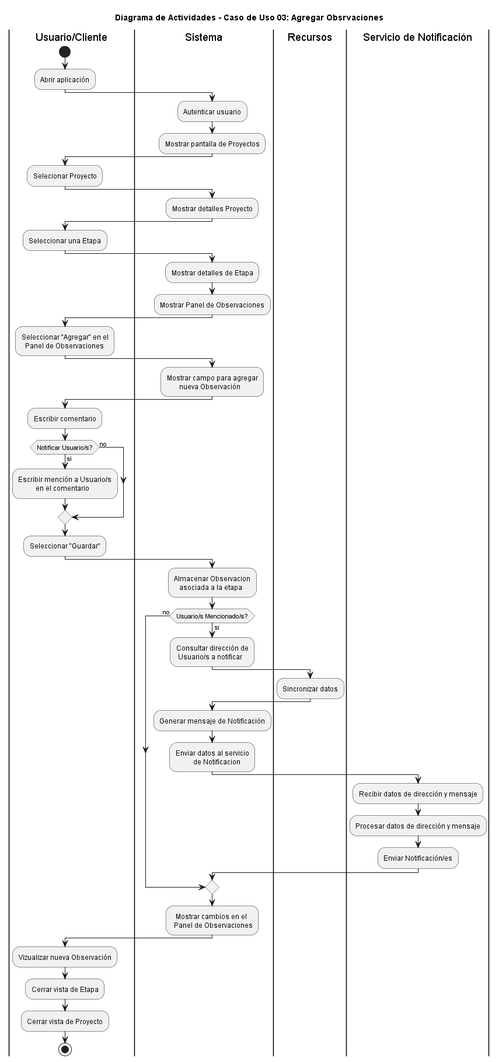
Above: diagramas/04-diagramas-actividades/04-actividad-agregar-observaciones-03.png in 9919-Mili/SistemaProductoraVideos (PlantUML), before the change. The source it was exported from:
```plantuml
@startuml Diagrama_Actividades_Consultar_Proyectos_Activos
title Diagrama de Actividades - Caso de Uso 03: Agregar Obsrvaciones
|Usuario/Cliente|
|Sistema|
|Recursos|
|Servicio de Notificación|
|Usuario/Cliente|
start
|Usuario/Cliente|
:Abrir aplicación;

|Sistema|
  :Autenticar usuario;
  :Mostrar pantalla de Proyectos;

  |Usuario/Cliente|
  :Selecionar Proyecto;

|Sistema|
  :Mostrar detalles Proyecto;

  |Usuario/Cliente|
  :Seleccionar una Etapa;


|Sistema|
  :Mostrar detalles de Etapa;
  :Mostrar Panel de Observaciones;

  |Usuario/Cliente|
  :Seleccionar "Agregar" en el
    Panel de Observaciones;

|Sistema|
  :Mostrar campo para agregar
         nueva Observación;

|Usuario/Cliente|
  :Escribir comentario;
  if (Notificar Usuario/s?) then (si)
  :Escribir mención a Usuario/s
            en el comentario;
  else (no)
  endif
  :Seleccionar "Guardar";

  |Sistema|
  :Almacenar Observacion
     asociada a la etapa;
  if (Usuario/s Mencionado/s?) then (si)
  :Consultar dirección de
   Usuario/s a notificar;

|Recursos|
  :Sincronizar datos;

  |Sistema|
  :Generar mensaje de Notificación;
  :Enviar datos al servicio
            de Notificacion;

|Servicio de Notificación|
  :Recibir datos de dirección y mensaje;
  :Procesar datos de dirección y mensaje;
  :Enviar Notificación/es;

|Usuario/Cliente|
else (no)
endif

|Sistema|
:  Mostrar cambios en el
 Panel de Observaciones;

|Usuario/Cliente|
:Vizualizar nueva Observación;
:Cerrar vista de Etapa;
:Cerrar vista de Proyecto;
stop

@enduml
```
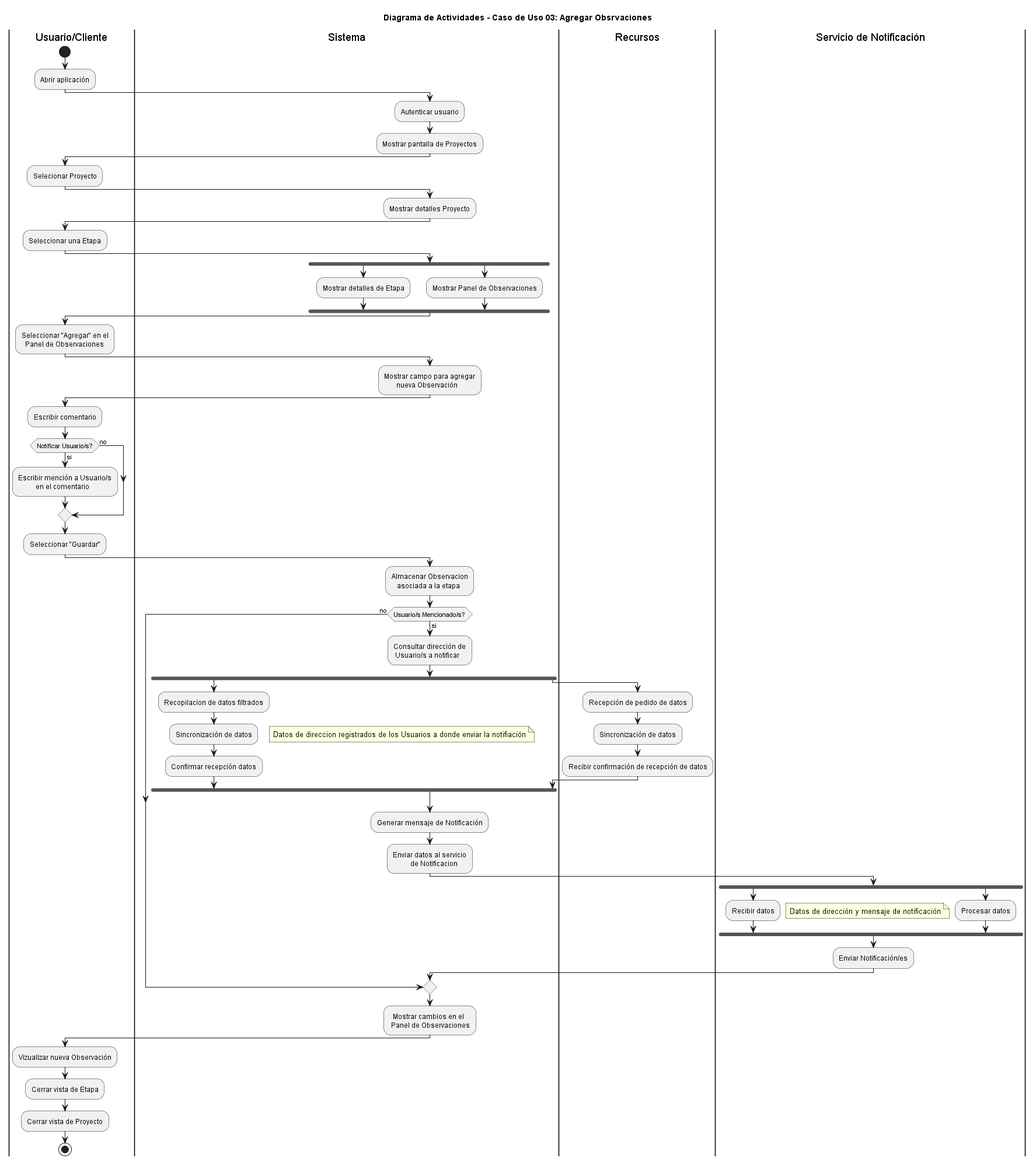
Above is the later version.

Commit message:
Update diagramas de actividades 3,4 y 5 png

Diff of the diagram source:
```diff
@@ -1,4 +1,4 @@
-@startuml Diagrama_Actividades_Consultar_Proyectos_Activos
+@startuml Diagrama_Actividades_Agregar_Observaciones
 title Diagrama de Actividades - Caso de Uso 03: Agregar Obsrvaciones
 |Usuario/Cliente|
 |Sistema|
@@ -24,8 +24,11 @@
 
 
 |Sistema|
+fork
   :Mostrar detalles de Etapa;
+fork again
   :Mostrar Panel de Observaciones;
+endfork
 
   |Usuario/Cliente|
   :Seleccionar "Agregar" en el
@@ -51,8 +54,19 @@
   :Consultar dirección de
    Usuario/s a notificar;
 
+|Sistema|
+fork
+  :Recopilacion de datos filtrados;
+  :Sincronización de datos;
+floating note right: Datos de direccion registrados de los Usuarios a donde enviar la notifiación
+  :Confirmar recepción datos;
 |Recursos|
-  :Sincronizar datos;
+  fork again
+  :Recepción de pedido de datos;
+  :Sincronización de datos;
+  :Recibir confirmación de recepción de datos;
+|Sistema|
+end fork
 
   |Sistema|
   :Generar mensaje de Notificación;
@@ -60,8 +74,12 @@
             de Notificacion;
 
 |Servicio de Notificación|
-  :Recibir datos de dirección y mensaje;
-  :Procesar datos de dirección y mensaje;
+fork
+  :Recibir datos;
+  floating note right: Datos de dirección y mensaje de notificación
+fork again
+  :Procesar datos;
+endfork
   :Enviar Notificación/es;
 
 |Usuario/Cliente|
```
